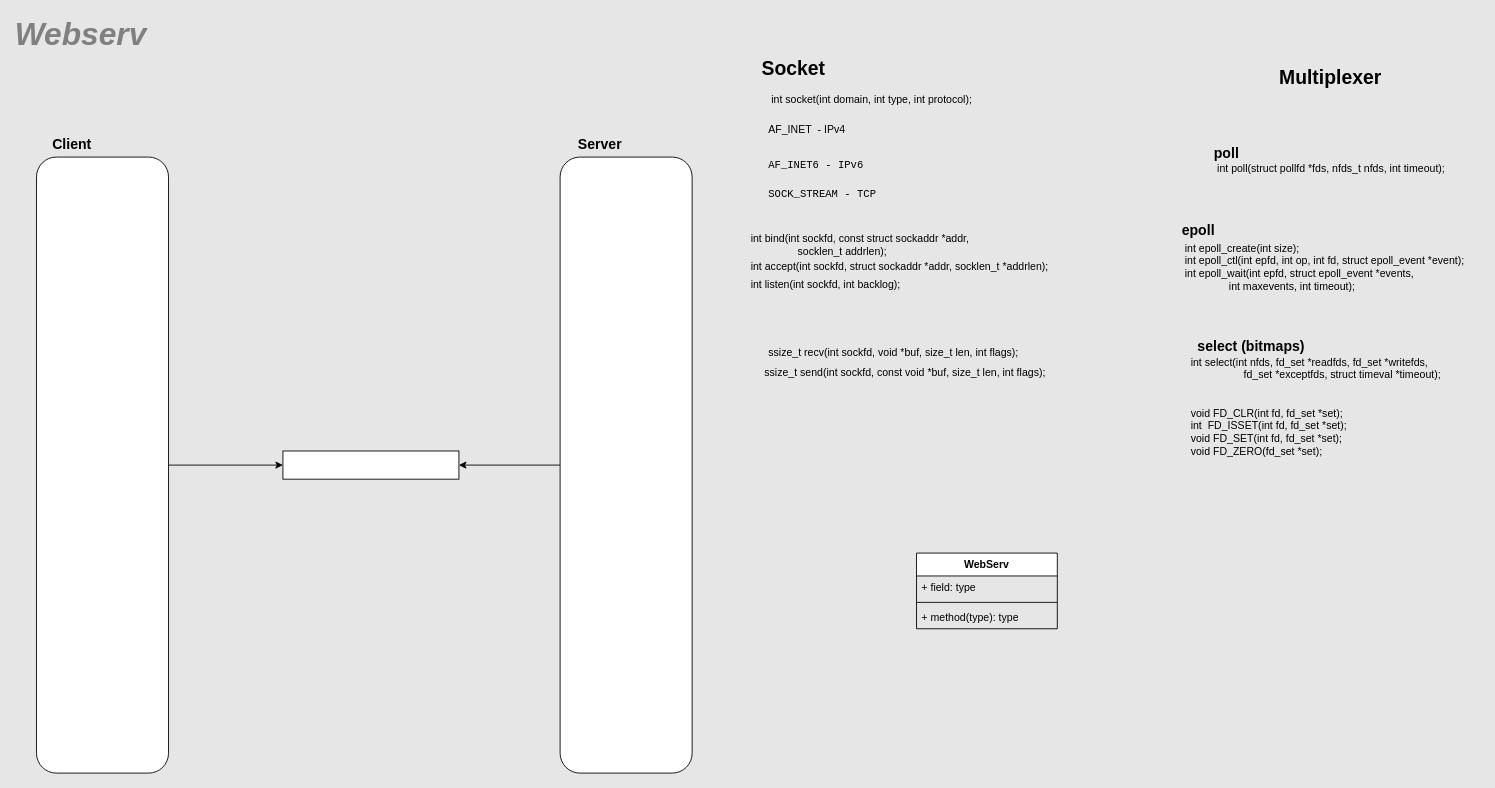
Above: diagram/webserv.drawio in ykl910/42-webserv (draw.io), before the change. Source tidied: cells renumbered, new cells numbered last; positions are measured from the earlier drawing's top-left corner, leaving out a move shared by most shapes. Both pictures are drawn from the tidied source at 88%, with x=0, y=0 at pixel (36, 16).
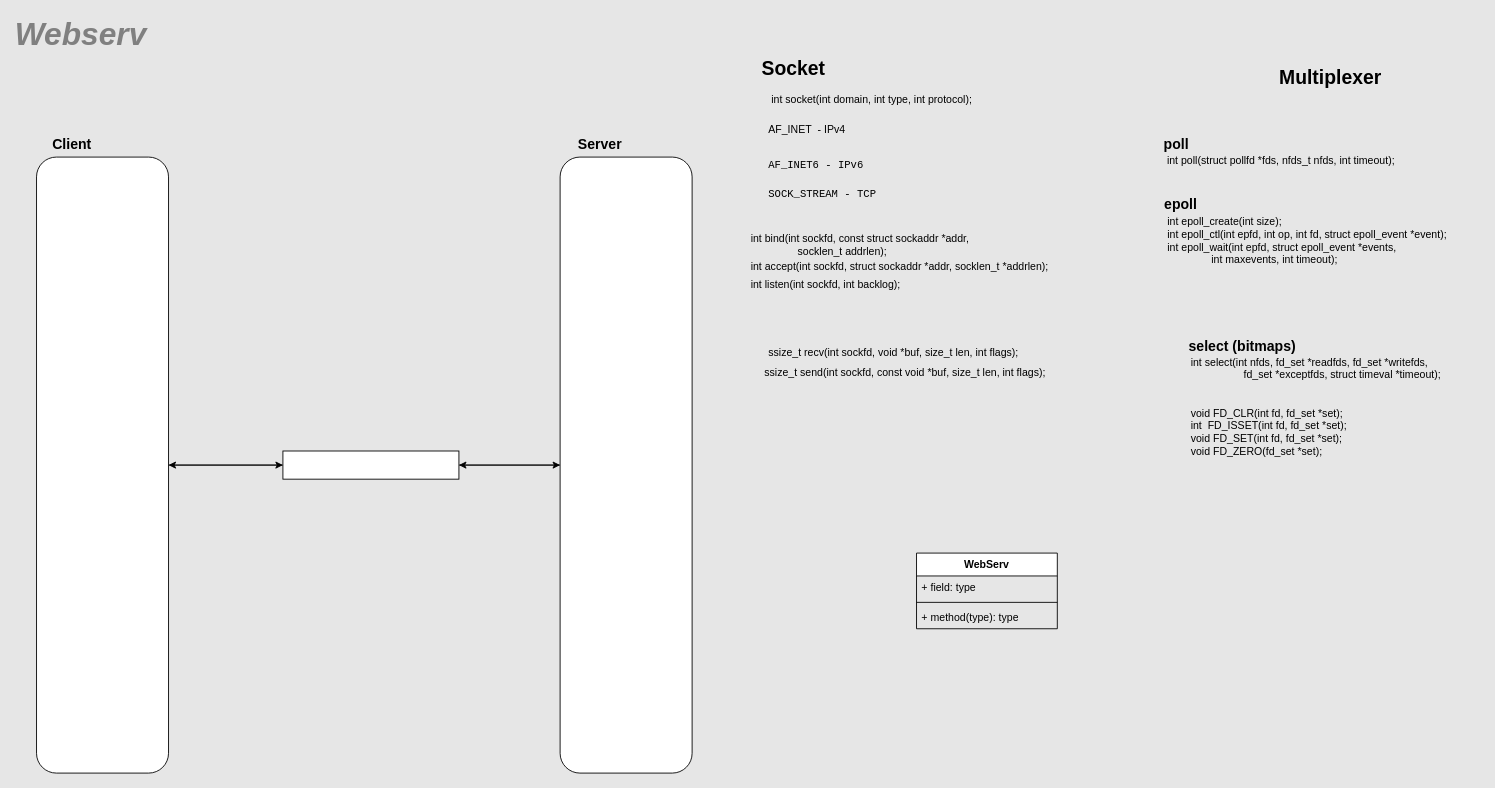
After the change.

Unchanged cells that the change refers to:
```xml
<mxCell id="4" style="rounded=1;whiteSpace=wrap;html=1;" parent="1" vertex="1">
  <mxGeometry y="160" width="150" height="700" as="geometry" />
</mxCell>
<mxCell id="11" style="rounded=1;whiteSpace=wrap;html=1;" parent="1" vertex="1">
  <mxGeometry x="595" y="160" width="150" height="700" as="geometry" />
</mxCell>
<mxCell id="30" style="rounded=0;whiteSpace=wrap;html=1;" parent="1" vertex="1">
  <mxGeometry x="280" y="494" width="200" height="32" as="geometry" />
</mxCell>
```

The edit, as a diff of the source:
```diff
@@
     <mxCell id="5" value="select (bitmaps)" style="text;html=1;align=center;verticalAlign=middle;strokeColor=none;fillColor=none;fontStyle=1;fontSize=16;" parent="1" vertex="1">
-      <mxGeometry x="1310" y="360" width="140" height="30" as="geometry" />
+      <mxGeometry x="1300" y="360" width="140" height="30" as="geometry" />
     </mxCell>
     <mxCell id="6" value="poll" style="text;html=1;align=center;verticalAlign=middle;strokeColor=none;fillColor=none;fontStyle=1;fontSize=16;" parent="1" vertex="1">
-      <mxGeometry x="1327" y="140" width="50" height="30" as="geometry" />
+      <mxGeometry x="1270" y="130" width="50" height="30" as="geometry" />
     </mxCell>
     <mxCell id="7" value="epoll" style="text;html=1;align=center;verticalAlign=middle;strokeColor=none;fillColor=none;fontStyle=1;fontSize=16;" parent="1" vertex="1">
-      <mxGeometry x="1290" y="228" width="60" height="30" as="geometry" />
+      <mxGeometry x="1270" y="198" width="60" height="30" as="geometry" />
     </mxCell>
@@
     <mxCell id="18" value="int poll(struct pollfd *fds, nfds_t nfds, int timeout);&#10;" style="text;whiteSpace=wrap;" parent="1" vertex="1">
-      <mxGeometry x="1340" y="160" width="290" height="40" as="geometry" />
+      <mxGeometry x="1283" y="150" width="290" height="40" as="geometry" />
     </mxCell>
     <mxCell id="19" value="&lt;div&gt;&amp;nbsp; &amp;nbsp; &amp;nbsp; &amp;nbsp;int epoll_create(int size);&lt;/div&gt;&lt;div&gt;&lt;div&gt;&amp;nbsp; &amp;nbsp; &amp;nbsp; &amp;nbsp;int epoll_ctl(int epfd, int op, int fd, struct epoll_event *event);&lt;/div&gt;&lt;/div&gt;&lt;div&gt;&lt;div&gt;&amp;nbsp; &amp;nbsp; &amp;nbsp; &amp;nbsp;int epoll_wait(int epfd, struct epoll_event *events,&lt;/div&gt;&lt;div&gt;&amp;nbsp; &amp;nbsp; &amp;nbsp; &amp;nbsp; &amp;nbsp; &amp;nbsp; &amp;nbsp; &amp;nbsp; &amp;nbsp; &amp;nbsp; &amp;nbsp; int maxevents, int timeout);&lt;/div&gt;&lt;/div&gt;" style="text;html=1;align=left;verticalAlign=middle;strokeColor=none;fillColor=none;" parent="1" vertex="1">
-      <mxGeometry x="1280" y="250" width="360" height="70" as="geometry" />
+      <mxGeometry x="1260" y="220" width="360" height="70" as="geometry" />
     </mxCell>
@@
+    <mxCell id="31" style="edgeStyle=orthogonalEdgeStyle;rounded=0;jettySize=auto;html=1;exitX=0;exitY=0.5;exitDx=0;exitDy=0;" parent="1" edge="1" source="30" target="4">
+      <mxGeometry relative="1" as="geometry" />
+    </mxCell>
+    <mxCell id="32" style="edgeStyle=orthogonalEdgeStyle;rounded=0;jettySize=auto;html=1;exitX=1;exitY=0.5;exitDx=0;exitDy=0;" parent="1" edge="1" source="30" target="11">
+      <mxGeometry relative="1" as="geometry" />
+    </mxCell>
```
